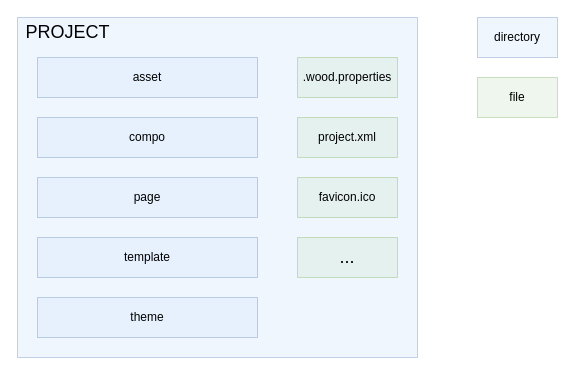
Above: page "Project File System" (18 of 20) of doc/model/diagrams.drawio in js-lib-com/wood (draw.io), before the change. Source tidied: cells renumbered, new cells numbered last; positions are measured from the earlier drawing's top-left corner, leaving out a move shared by most shapes. Both pictures are drawn from the tidied source at 100%, with x=0, y=0 at pixel (17, 17).
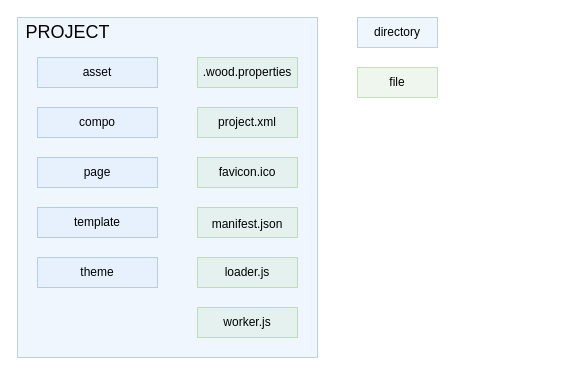
After the change.

Diff of the diagram source:
```diff
@@
 <mxGraphModel>
   <root>
     <mxCell id="0" />
     <mxCell id="1" parent="0" />
     <mxCell id="2" style="rounded=0;whiteSpace=wrap;html=1;fillColor=#dae8fc;strokeColor=#6c8ebf;opacity=40;" parent="1" vertex="1">
-      <mxGeometry width="400" height="340" as="geometry" />
+      <mxGeometry width="300" height="340" as="geometry" />
     </mxCell>
     <mxCell id="3" value="asset" style="rounded=0;whiteSpace=wrap;html=1;fillColor=#dae8fc;strokeColor=#6c8ebf;opacity=40;" parent="1" vertex="1">
-      <mxGeometry x="20" y="40" width="220" height="40" as="geometry" />
+      <mxGeometry x="20" y="40" width="120" height="30" as="geometry" />
     </mxCell>
     <mxCell id="4" value="compo" style="rounded=0;whiteSpace=wrap;html=1;opacity=40;fillColor=#dae8fc;strokeColor=#6c8ebf;" parent="1" vertex="1">
-      <mxGeometry x="20" y="100" width="220" height="40" as="geometry" />
+      <mxGeometry x="20" y="90" width="120" height="30" as="geometry" />
     </mxCell>
     <mxCell id="5" value="PROJECT" style="text;html=1;align=center;verticalAlign=middle;strokeColor=none;fillColor=none;fontSize=18;spacing=0;" parent="1" vertex="1">
       <mxGeometry width="100" height="30" as="geometry" />
     </mxCell>
     <mxCell id="6" value=".wood.properties" style="rounded=0;whiteSpace=wrap;html=1;fontSize=12;opacity=40;fillColor=#d5e8d4;strokeColor=#82b366;" parent="1" vertex="1">
-      <mxGeometry x="280" y="40" width="100" height="40" as="geometry" />
+      <mxGeometry x="180" y="40" width="100" height="30" as="geometry" />
     </mxCell>
     <mxCell id="7" value="project.xml" style="rounded=0;whiteSpace=wrap;html=1;fontSize=12;opacity=40;fillColor=#d5e8d4;strokeColor=#82b366;" parent="1" vertex="1">
-      <mxGeometry x="280" y="100" width="100" height="40" as="geometry" />
+      <mxGeometry x="180" y="90" width="100" height="30" as="geometry" />
     </mxCell>
     <mxCell id="8" value="favicon.ico" style="rounded=0;whiteSpace=wrap;html=1;fontSize=12;opacity=40;fillColor=#d5e8d4;strokeColor=#82b366;" parent="1" vertex="1">
-      <mxGeometry x="280" y="160" width="100" height="40" as="geometry" />
+      <mxGeometry x="180" y="140" width="100" height="30" as="geometry" />
     </mxCell>
     <mxCell id="9" value="directory" style="rounded=0;whiteSpace=wrap;html=1;fillColor=#dae8fc;strokeColor=#6c8ebf;opacity=40;" parent="1" vertex="1">
-      <mxGeometry x="460" width="80" height="40" as="geometry" />
+      <mxGeometry x="340" width="80" height="30" as="geometry" />
     </mxCell>
     <mxCell id="10" value="file" style="rounded=0;whiteSpace=wrap;html=1;fontSize=12;opacity=40;fillColor=#d5e8d4;strokeColor=#82b366;" parent="1" vertex="1">
-      <mxGeometry x="460" y="60" width="80" height="40" as="geometry" />
+      <mxGeometry x="340" y="50" width="80" height="30" as="geometry" />
     </mxCell>
     <mxCell id="11" value="page" style="rounded=0;whiteSpace=wrap;html=1;opacity=40;fillColor=#dae8fc;strokeColor=#6c8ebf;" parent="1" vertex="1">
-      <mxGeometry x="20" y="160" width="220" height="40" as="geometry" />
+      <mxGeometry x="20" y="140" width="120" height="30" as="geometry" />
     </mxCell>
     <mxCell id="12" value="template" style="rounded=0;whiteSpace=wrap;html=1;opacity=40;fillColor=#dae8fc;strokeColor=#6c8ebf;" parent="1" vertex="1">
-      <mxGeometry x="20" y="220" width="220" height="40" as="geometry" />
+      <mxGeometry x="20" y="190" width="120" height="30" as="geometry" />
     </mxCell>
     <mxCell id="13" value="theme" style="rounded=0;whiteSpace=wrap;html=1;opacity=40;fillColor=#dae8fc;strokeColor=#6c8ebf;" parent="1" vertex="1">
-      <mxGeometry x="20" y="280" width="220" height="40" as="geometry" />
+      <mxGeometry x="20" y="240" width="120" height="30" as="geometry" />
     </mxCell>
-    <mxCell id="14" value="..." style="rounded=0;whiteSpace=wrap;html=1;fontSize=18;opacity=40;fillColor=#d5e8d4;strokeColor=#82b366;" parent="1" vertex="1">
-      <mxGeometry x="280" y="220" width="100" height="40" as="geometry" />
+    <mxCell id="14" value="loader.js" style="rounded=0;whiteSpace=wrap;html=1;fontSize=12;opacity=40;fillColor=#d5e8d4;strokeColor=#82b366;" parent="1" vertex="1">
+      <mxGeometry x="180" y="240" width="100" height="30" as="geometry" />
     </mxCell>
+    <mxCell id="15" value="&lt;font style=&quot;font-size: 12px;&quot;&gt;manifest.json&lt;/font&gt;" style="rounded=0;whiteSpace=wrap;html=1;fontSize=18;opacity=40;fillColor=#d5e8d4;strokeColor=#82b366;" parent="1" vertex="1">
+      <mxGeometry x="180" y="190" width="100" height="30" as="geometry" />
+    </mxCell>
+    <mxCell id="16" value="worker.js" style="rounded=0;whiteSpace=wrap;html=1;fontSize=12;opacity=40;fillColor=#d5e8d4;strokeColor=#82b366;" parent="1" vertex="1">
+      <mxGeometry x="180" y="290" width="100" height="30" as="geometry" />
+    </mxCell>
   </root>
 </mxGraphModel>
```
